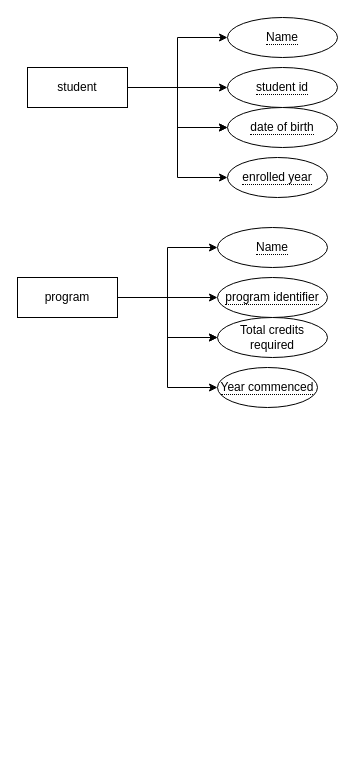
Before: Untitled Diagram.drawio in GurramkondaYaswanth/lab-jdbc-connection, a draw.io diagram. Source tidied: cells renumbered, new cells numbered last; positions are measured from the earlier drawing's top-left corner, leaving out a move shared by most shapes. Both pictures are drawn from the tidied source at 100%, with x=0, y=0 at pixel (17, 17).
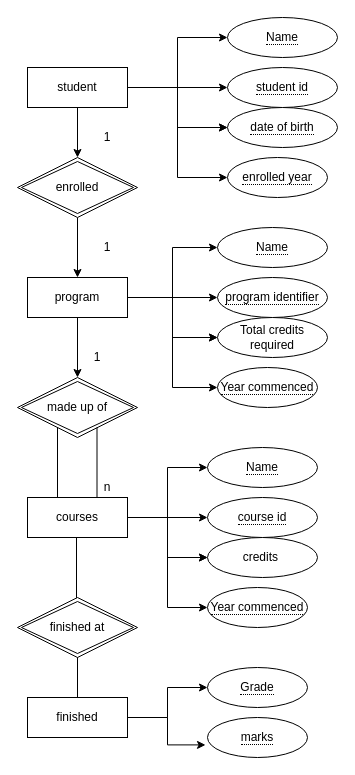
Above is the later version.

The change refers to these unchanged cells:
```xml
<mxCell id="7" value="student" style="whiteSpace=wrap;html=1;align=center;" parent="1" vertex="1">
  <mxGeometry x="10" y="50" width="100" height="40" as="geometry" />
</mxCell>
```

What changed in the source:
```diff
@@
+    <mxCell id="22" style="edgeStyle=orthogonalEdgeStyle;rounded=0;jettySize=auto;html=1;" parent="1" edge="1" source="7" target="25">
+      <mxGeometry relative="1" as="geometry" />
+    </mxCell>
@@
+    <mxCell id="23" style="edgeStyle=orthogonalEdgeStyle;rounded=0;jettySize=auto;html=1;" parent="1" edge="1" source="17" target="39">
+      <mxGeometry relative="1" as="geometry" />
+    </mxCell>
     <mxCell id="17" value="program" style="whiteSpace=wrap;html=1;align=center;" parent="1" vertex="1">
-      <mxGeometry y="260" width="100" height="40" as="geometry" />
+      <mxGeometry x="10" y="260" width="100" height="40" as="geometry" />
     </mxCell>
@@
+    <mxCell id="24" style="edgeStyle=orthogonalEdgeStyle;rounded=0;jettySize=auto;html=1;" parent="1" edge="1" source="25" target="17">
+      <mxGeometry relative="1" as="geometry" />
+    </mxCell>
+    <mxCell id="25" value="enrolled" style="shape=rhombus;double=1;perimeter=rhombusPerimeter;whiteSpace=wrap;html=1;align=center;" parent="1" vertex="1">
+      <mxGeometry y="140" width="120" height="60" as="geometry" />
+    </mxCell>
+    <mxCell id="26" value="1" style="text;html=1;strokeColor=none;fillColor=none;align=center;verticalAlign=middle;whiteSpace=wrap;rounded=0;" parent="1" vertex="1">
+      <mxGeometry x="70" y="220" width="40" height="20" as="geometry" />
+    </mxCell>
+    <mxCell id="27" value="1" style="text;html=1;strokeColor=none;fillColor=none;align=center;verticalAlign=middle;whiteSpace=wrap;rounded=0;" parent="1" vertex="1">
+      <mxGeometry x="70" y="110" width="40" height="20" as="geometry" />
+    </mxCell>
+    <mxCell id="28" style="edgeStyle=orthogonalEdgeStyle;rounded=0;jettySize=auto;html=1;" parent="1" edge="1" source="33" target="36">
+      <mxGeometry relative="1" as="geometry" />
+    </mxCell>
+    <mxCell id="29" style="edgeStyle=orthogonalEdgeStyle;rounded=0;jettySize=auto;html=1;" parent="1" edge="1" source="33" target="36">
+      <mxGeometry relative="1" as="geometry" />
+    </mxCell>
+    <mxCell id="30" style="edgeStyle=orthogonalEdgeStyle;rounded=0;jettySize=auto;html=1;exitX=1;exitY=0.5;exitDx=0;exitDy=0;entryX=0;entryY=0.5;entryDx=0;entryDy=0;" parent="1" edge="1" source="33" target="34">
+      <mxGeometry relative="1" as="geometry" />
+    </mxCell>
+    <mxCell id="31" style="edgeStyle=orthogonalEdgeStyle;rounded=0;jettySize=auto;html=1;entryX=0;entryY=0.5;entryDx=0;entryDy=0;" parent="1" edge="1" source="33" target="35">
+      <mxGeometry relative="1" as="geometry" />
+    </mxCell>
+    <mxCell id="32" style="edgeStyle=orthogonalEdgeStyle;rounded=0;jettySize=auto;html=1;entryX=0;entryY=0.5;entryDx=0;entryDy=0;" parent="1" edge="1" source="33" target="37">
+      <mxGeometry relative="1" as="geometry" />
+    </mxCell>
+    <mxCell id="33" value="courses" style="whiteSpace=wrap;html=1;align=center;" parent="1" vertex="1">
+      <mxGeometry x="10" y="480" width="100" height="40" as="geometry" />
+    </mxCell>
+    <mxCell id="34" value="&lt;span style=&quot;border-bottom: 1px dotted&quot;&gt;Name&lt;/span&gt;" style="ellipse;whiteSpace=wrap;html=1;align=center;" parent="1" vertex="1">
+      <mxGeometry x="190" y="430" width="110" height="40" as="geometry" />
+    </mxCell>
+    <mxCell id="35" value="&lt;span style=&quot;border-bottom: 1px dotted&quot;&gt;course id&lt;/span&gt;" style="ellipse;whiteSpace=wrap;html=1;align=center;" parent="1" vertex="1">
+      <mxGeometry x="190" y="480" width="110" height="40" as="geometry" />
+    </mxCell>
+    <mxCell id="36" value="credits&amp;nbsp;" style="ellipse;whiteSpace=wrap;html=1;align=center;" parent="1" vertex="1">
+      <mxGeometry x="190" y="520" width="110" height="40" as="geometry" />
+    </mxCell>
+    <mxCell id="37" value="&lt;span style=&quot;border-bottom: 1px dotted&quot;&gt;Year commenced&lt;/span&gt;" style="ellipse;whiteSpace=wrap;html=1;align=center;" parent="1" vertex="1">
+      <mxGeometry x="190" y="570" width="100" height="40" as="geometry" />
+    </mxCell>
+    <mxCell id="38" value="n" style="text;html=1;strokeColor=none;fillColor=none;align=center;verticalAlign=middle;whiteSpace=wrap;rounded=0;" parent="1" vertex="1">
+      <mxGeometry x="70" y="460" width="40" height="20" as="geometry" />
+    </mxCell>
+    <mxCell id="39" value="made up of" style="shape=rhombus;double=1;perimeter=rhombusPerimeter;whiteSpace=wrap;html=1;align=center;" parent="1" vertex="1">
+      <mxGeometry y="360" width="120" height="60" as="geometry" />
+    </mxCell>
+    <mxCell id="40" value="1" style="text;html=1;strokeColor=none;fillColor=none;align=center;verticalAlign=middle;whiteSpace=wrap;rounded=0;" parent="1" vertex="1">
+      <mxGeometry x="60" y="330" width="40" height="20" as="geometry" />
+    </mxCell>
+    <mxCell id="41" style="endArrow=none;html=1;" parent="1" edge="1">
+      <mxGeometry relative="1" as="geometry">
+        <mxPoint x="40" y="480" as="sourcePoint" />
+        <mxPoint x="40" y="410" as="targetPoint" />
+      </mxGeometry>
+    </mxCell>
+    <mxCell id="42" style="endArrow=none;html=1;" parent="1" edge="1">
+      <mxGeometry relative="1" as="geometry">
+        <mxPoint x="79.5" y="480" as="sourcePoint" />
+        <mxPoint x="79.5" y="410" as="targetPoint" />
+      </mxGeometry>
+    </mxCell>
+    <mxCell id="43" style="edgeStyle=orthogonalEdgeStyle;rounded=0;jettySize=auto;html=1;" parent="1" edge="1" source="45" target="51">
+      <mxGeometry relative="1" as="geometry" />
+    </mxCell>
+    <mxCell id="44" style="edgeStyle=orthogonalEdgeStyle;rounded=0;jettySize=auto;html=1;exitX=1;exitY=0.5;exitDx=0;exitDy=0;entryX=-0.02;entryY=0.685;entryDx=0;entryDy=0;entryPerimeter=0;" parent="1" edge="1" source="45" target="50">
+      <mxGeometry relative="1" as="geometry" />
+    </mxCell>
+    <mxCell id="45" value="finished" style="whiteSpace=wrap;html=1;align=center;" parent="1" vertex="1">
+      <mxGeometry x="10" y="680" width="100" height="40" as="geometry" />
+    </mxCell>
+    <mxCell id="46" style="endArrow=none;html=1;" parent="1" edge="1">
+      <mxGeometry relative="1" as="geometry">
+        <mxPoint x="59" y="590" as="sourcePoint" />
+        <mxPoint x="59" y="520" as="targetPoint" />
+      </mxGeometry>
+    </mxCell>
+    <mxCell id="47" style="endArrow=none;html=1;" parent="1" edge="1" source="48">
+      <mxGeometry relative="1" as="geometry">
+        <mxPoint x="60" y="610" as="targetPoint" />
+      </mxGeometry>
+    </mxCell>
+    <mxCell id="48" value="finished at" style="shape=rhombus;double=1;perimeter=rhombusPerimeter;whiteSpace=wrap;html=1;align=center;" parent="1" vertex="1">
+      <mxGeometry y="580" width="120" height="60" as="geometry" />
+    </mxCell>
+    <mxCell id="49" style="endArrow=none;html=1;" parent="1" edge="1" target="48">
+      <mxGeometry relative="1" as="geometry">
+        <mxPoint x="60" y="680" as="sourcePoint" />
+      </mxGeometry>
+    </mxCell>
+    <mxCell id="50" value="&lt;span style=&quot;border-bottom: 1px dotted&quot;&gt;marks&lt;/span&gt;" style="ellipse;whiteSpace=wrap;html=1;align=center;" parent="1" vertex="1">
+      <mxGeometry x="190" y="700" width="100" height="40" as="geometry" />
+    </mxCell>
+    <mxCell id="51" value="&lt;span style=&quot;border-bottom: 1px dotted&quot;&gt;Grade&lt;/span&gt;" style="ellipse;whiteSpace=wrap;html=1;align=center;" parent="1" vertex="1">
+      <mxGeometry x="190" y="650" width="100" height="40" as="geometry" />
+    </mxCell>
```
